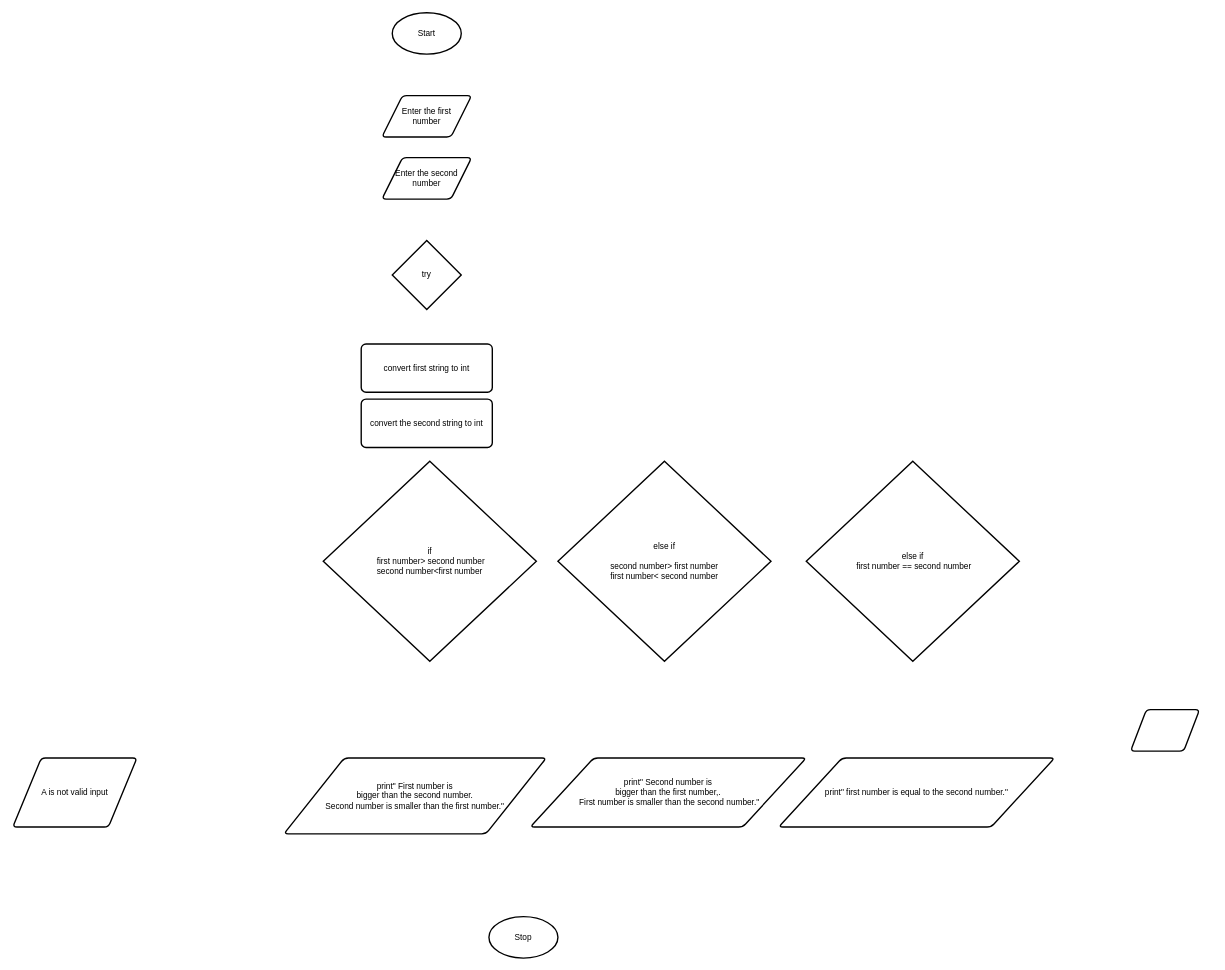
Earlier version of the draw.io diagram FlowChart.drawio (huihangisaac-ho/ICS3U-Assignment-4). Source tidied: cells renumbered, new cells numbered last; positions are measured from the earlier drawing's top-left corner, leaving out a move shared by most shapes. Both pictures are drawn from the tidied source at 69%, with x=0, y=0 at pixel (12, 12).
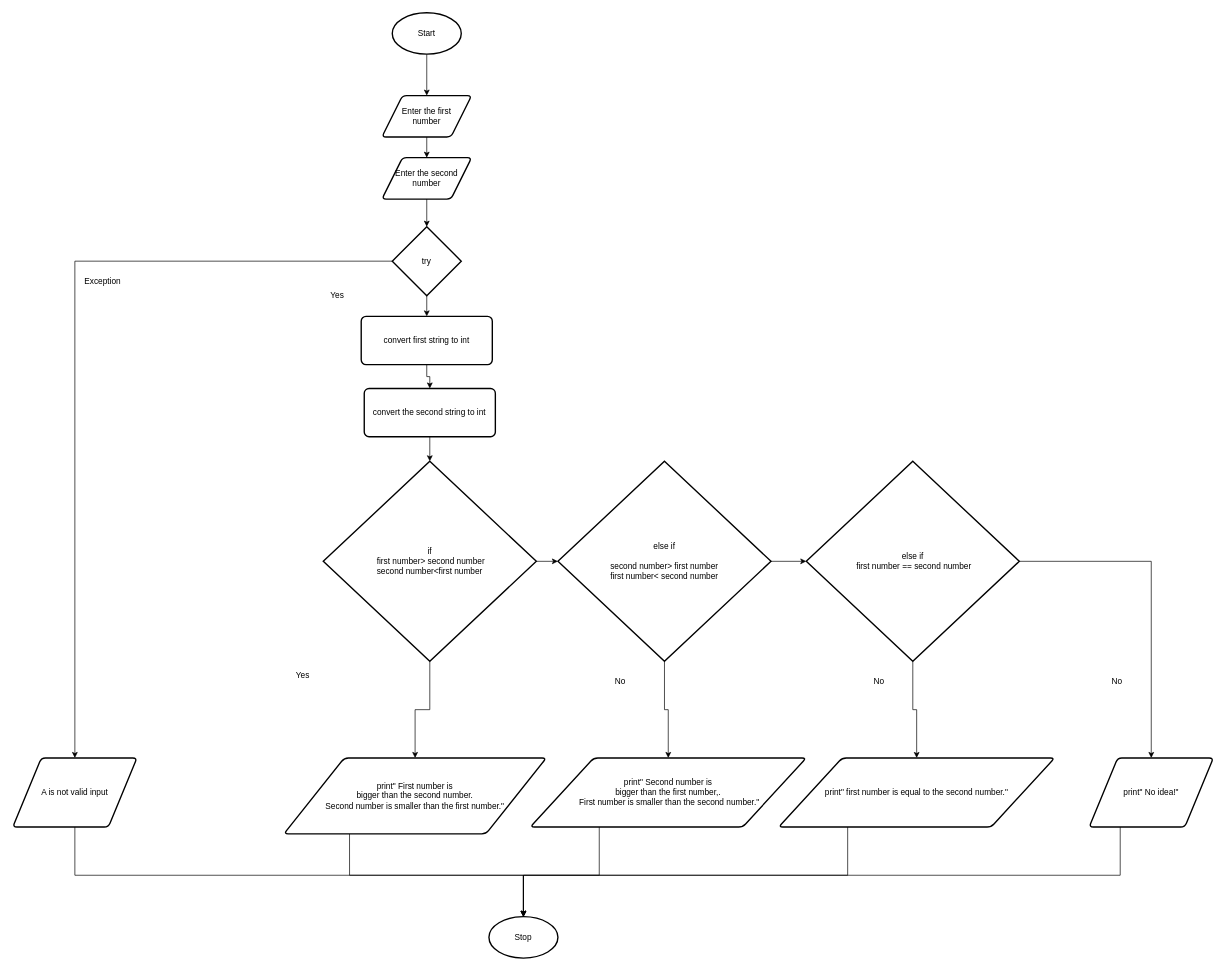
The same diagram, later.

Unchanged cells that the change refers to:
```xml
<mxCell id="2" value="Start" style="strokeWidth=2;html=1;shape=mxgraph.flowchart.start_1;whiteSpace=wrap;" parent="1" vertex="1">
  <mxGeometry x="550" width="100" height="60" as="geometry" />
</mxCell>
<mxCell id="3" value="Enter the first &lt;br&gt;number" style="shape=parallelogram;html=1;strokeWidth=2;perimeter=parallelogramPerimeter;whiteSpace=wrap;rounded=1;arcSize=12;size=0.23;" parent="1" vertex="1">
  <mxGeometry x="535" y="120" width="130" height="60" as="geometry" />
</mxCell>
<mxCell id="6" value="if &lt;br&gt;&amp;nbsp;first number&amp;gt; second number&lt;br&gt;second number&amp;lt;first number&lt;br&gt;" style="strokeWidth=2;html=1;shape=mxgraph.flowchart.decision;whiteSpace=wrap;" parent="1" vertex="1">
  <mxGeometry x="450" y="650" width="308.8" height="290" as="geometry" />
</mxCell>
<mxCell id="7" value="Enter the second&lt;br&gt;number" style="shape=parallelogram;html=1;strokeWidth=2;perimeter=parallelogramPerimeter;whiteSpace=wrap;rounded=1;arcSize=12;size=0.23;" parent="1" vertex="1">
  <mxGeometry x="535" y="210" width="130" height="60" as="geometry" />
</mxCell>
<mxCell id="8" value="print&quot; First number is &lt;br&gt;bigger than the second number. &lt;br&gt;Second number is smaller than the first number.&quot;" style="shape=parallelogram;html=1;strokeWidth=2;perimeter=parallelogramPerimeter;whiteSpace=wrap;rounded=1;arcSize=12;size=0.23;" parent="1" vertex="1">
  <mxGeometry x="393" y="1080" width="380.2" height="110" as="geometry" />
</mxCell>
<mxCell id="9" value="print&quot; Second number is &lt;br&gt;bigger than the first number,.&lt;br&gt;&amp;nbsp;First number is smaller than the second number.&quot;" style="shape=parallelogram;html=1;strokeWidth=2;perimeter=parallelogramPerimeter;whiteSpace=wrap;rounded=1;arcSize=12;size=0.23;" parent="1" vertex="1">
  <mxGeometry x="750" y="1080" width="400" height="100" as="geometry" />
</mxCell>
<mxCell id="10" value="A is not valid input" style="shape=parallelogram;html=1;strokeWidth=2;perimeter=parallelogramPerimeter;whiteSpace=wrap;rounded=1;arcSize=12;size=0.23;" parent="1" vertex="1">
  <mxGeometry y="1080" width="180" height="100" as="geometry" />
</mxCell>
<mxCell id="12" value="else if &lt;br&gt;&amp;nbsp;&lt;br&gt;second number&amp;gt; first number&lt;br&gt;first number&amp;lt; second number" style="strokeWidth=2;html=1;shape=mxgraph.flowchart.decision;whiteSpace=wrap;" parent="1" vertex="1">
  <mxGeometry x="790.1" y="650" width="308.8" height="290" as="geometry" />
</mxCell>
<mxCell id="13" value="else if &lt;br&gt;&amp;nbsp;first number == second number" style="strokeWidth=2;html=1;shape=mxgraph.flowchart.decision;whiteSpace=wrap;" parent="1" vertex="1">
  <mxGeometry x="1150" y="650" width="308.8" height="290" as="geometry" />
</mxCell>
<mxCell id="14" value="print&quot; first number is equal to the second number.&quot;" style="shape=parallelogram;html=1;strokeWidth=2;perimeter=parallelogramPerimeter;whiteSpace=wrap;rounded=1;arcSize=12;size=0.23;" parent="1" vertex="1">
  <mxGeometry x="1110" y="1080" width="400" height="100" as="geometry" />
</mxCell>
<mxCell id="16" value="Stop" style="strokeWidth=2;html=1;shape=mxgraph.flowchart.start_1;whiteSpace=wrap;" parent="1" vertex="1">
  <mxGeometry x="690.1" y="1310" width="100" height="60" as="geometry" />
</mxCell>
```

Change to the diagram source:
```diff
@@
+    <mxCell id="17" style="edgeStyle=orthogonalEdgeStyle;rounded=0;html=1;exitX=0.5;exitY=1;exitDx=0;exitDy=0;exitPerimeter=0;entryX=0.5;entryY=0;entryDx=0;entryDy=0;" parent="1" edge="1" source="2" target="3">
+      <mxGeometry relative="1" as="geometry" />
+    </mxCell>
@@
+    <mxCell id="18" style="edgeStyle=orthogonalEdgeStyle;rounded=0;html=1;exitX=0.5;exitY=1;exitDx=0;exitDy=0;entryX=0.5;entryY=0;entryDx=0;entryDy=0;" parent="1" edge="1" source="3" target="7">
+      <mxGeometry relative="1" as="geometry" />
+    </mxCell>
@@
+    <mxCell id="19" style="edgeStyle=orthogonalEdgeStyle;rounded=0;html=1;exitX=0.5;exitY=1;exitDx=0;exitDy=0;exitPerimeter=0;entryX=0.5;entryY=0;entryDx=0;entryDy=0;" parent="1" edge="1" source="4" target="5">
+      <mxGeometry relative="1" as="geometry" />
+    </mxCell>
+    <mxCell id="20" style="edgeStyle=orthogonalEdgeStyle;rounded=0;html=1;exitX=0;exitY=0.5;exitDx=0;exitDy=0;exitPerimeter=0;" parent="1" edge="1" source="4" target="10">
+      <mxGeometry relative="1" as="geometry" />
+    </mxCell>
     <mxCell id="4" value="try" style="strokeWidth=2;html=1;shape=mxgraph.flowchart.decision;whiteSpace=wrap;" parent="1" vertex="1">
-      <mxGeometry x="550" y="330" width="100" height="100" as="geometry" />
+      <mxGeometry x="550" y="310" width="100" height="100" as="geometry" />
     </mxCell>
+    <mxCell id="21" style="edgeStyle=orthogonalEdgeStyle;rounded=0;html=1;exitX=0.5;exitY=1;exitDx=0;exitDy=0;entryX=0.5;entryY=0;entryDx=0;entryDy=0;" parent="1" edge="1" source="5" target="11">
+      <mxGeometry relative="1" as="geometry" />
+    </mxCell>
     <mxCell id="5" value="convert first string to int" style="rounded=1;whiteSpace=wrap;html=1;absoluteArcSize=1;arcSize=14;strokeWidth=2;" parent="1" vertex="1">
-      <mxGeometry x="505" y="480" width="190" height="70" as="geometry" />
+      <mxGeometry x="505" y="440" width="190" height="70" as="geometry" />
     </mxCell>
+    <mxCell id="22" style="edgeStyle=orthogonalEdgeStyle;rounded=0;html=1;exitX=1;exitY=0.5;exitDx=0;exitDy=0;exitPerimeter=0;entryX=0;entryY=0.5;entryDx=0;entryDy=0;entryPerimeter=0;" parent="1" edge="1" source="6" target="12">
+      <mxGeometry relative="1" as="geometry" />
+    </mxCell>
+    <mxCell id="23" style="edgeStyle=orthogonalEdgeStyle;rounded=0;html=1;exitX=0.5;exitY=1;exitDx=0;exitDy=0;exitPerimeter=0;" parent="1" edge="1" source="6" target="8">
+      <mxGeometry relative="1" as="geometry" />
+    </mxCell>
@@
+    <mxCell id="24" style="edgeStyle=orthogonalEdgeStyle;rounded=0;html=1;exitX=0.5;exitY=1;exitDx=0;exitDy=0;" parent="1" edge="1" source="7" target="4">
+      <mxGeometry relative="1" as="geometry" />
+    </mxCell>
@@
+    <mxCell id="25" style="edgeStyle=orthogonalEdgeStyle;rounded=0;html=1;exitX=0.25;exitY=1;exitDx=0;exitDy=0;entryX=0.5;entryY=0;entryDx=0;entryDy=0;entryPerimeter=0;" parent="1" edge="1" source="8" target="16">
+      <mxGeometry relative="1" as="geometry" />
+    </mxCell>
@@
+    <mxCell id="26" style="edgeStyle=orthogonalEdgeStyle;rounded=0;html=1;exitX=0.25;exitY=1;exitDx=0;exitDy=0;entryX=0.5;entryY=0;entryDx=0;entryDy=0;entryPerimeter=0;" parent="1" edge="1" source="9" target="16">
+      <mxGeometry relative="1" as="geometry">
+        <Array as="points">
+          <mxPoint x="850" y="1250" />
+          <mxPoint x="740" y="1250" />
+        </Array>
+      </mxGeometry>
+    </mxCell>
@@
+    <mxCell id="27" style="edgeStyle=orthogonalEdgeStyle;rounded=0;html=1;exitX=0.5;exitY=1;exitDx=0;exitDy=0;entryX=0.5;entryY=0;entryDx=0;entryDy=0;entryPerimeter=0;" parent="1" edge="1" source="10" target="16">
+      <mxGeometry relative="1" as="geometry">
+        <Array as="points">
+          <mxPoint x="90" y="1250" />
+          <mxPoint x="740" y="1250" />
+        </Array>
+      </mxGeometry>
+    </mxCell>
@@
+    <mxCell id="28" style="edgeStyle=orthogonalEdgeStyle;rounded=0;html=1;exitX=0.5;exitY=1;exitDx=0;exitDy=0;" parent="1" edge="1" source="11" target="6">
+      <mxGeometry relative="1" as="geometry" />
+    </mxCell>
     <mxCell id="11" value="convert the second string to int" style="rounded=1;whiteSpace=wrap;html=1;absoluteArcSize=1;arcSize=14;strokeWidth=2;" parent="1" vertex="1">
-      <mxGeometry x="505" y="560" width="190" height="70" as="geometry" />
+      <mxGeometry x="509.4" y="544.5" width="190" height="70" as="geometry" />
     </mxCell>
+    <mxCell id="29" style="edgeStyle=orthogonalEdgeStyle;rounded=0;html=1;exitX=1;exitY=0.5;exitDx=0;exitDy=0;exitPerimeter=0;entryX=0;entryY=0.5;entryDx=0;entryDy=0;entryPerimeter=0;" parent="1" edge="1" source="12" target="13">
+      <mxGeometry relative="1" as="geometry" />
+    </mxCell>
+    <mxCell id="30" style="edgeStyle=orthogonalEdgeStyle;rounded=0;html=1;exitX=0.5;exitY=1;exitDx=0;exitDy=0;exitPerimeter=0;" parent="1" edge="1" source="12" target="9">
+      <mxGeometry relative="1" as="geometry" />
+    </mxCell>
@@
+    <mxCell id="31" style="edgeStyle=orthogonalEdgeStyle;rounded=0;html=1;exitX=1;exitY=0.5;exitDx=0;exitDy=0;exitPerimeter=0;" parent="1" edge="1" source="13" target="15">
+      <mxGeometry relative="1" as="geometry" />
+    </mxCell>
+    <mxCell id="32" style="edgeStyle=orthogonalEdgeStyle;rounded=0;html=1;exitX=0.5;exitY=1;exitDx=0;exitDy=0;exitPerimeter=0;" parent="1" edge="1" source="13" target="14">
+      <mxGeometry relative="1" as="geometry" />
+    </mxCell>
@@
+    <mxCell id="33" style="edgeStyle=orthogonalEdgeStyle;rounded=0;html=1;exitX=0.25;exitY=1;exitDx=0;exitDy=0;entryX=0.5;entryY=0;entryDx=0;entryDy=0;entryPerimeter=0;" parent="1" edge="1" source="14" target="16">
+      <mxGeometry relative="1" as="geometry">
+        <Array as="points">
+          <mxPoint x="1210" y="1250" />
+          <mxPoint x="740" y="1250" />
+        </Array>
+      </mxGeometry>
+    </mxCell>
@@
+    <mxCell id="34" style="edgeStyle=orthogonalEdgeStyle;rounded=0;html=1;exitX=0.25;exitY=1;exitDx=0;exitDy=0;entryX=0.5;entryY=0;entryDx=0;entryDy=0;entryPerimeter=0;" parent="1" edge="1" source="15" target="16">
+      <mxGeometry relative="1" as="geometry">
+        <Array as="points">
+          <mxPoint x="1605" y="1250" />
+          <mxPoint x="740" y="1250" />
+        </Array>
+      </mxGeometry>
+    </mxCell>
-    <mxCell id="15" style="shape=parallelogram;html=1;strokeWidth=2;perimeter=parallelogramPerimeter;whiteSpace=wrap;rounded=1;arcSize=12;size=0.23;" parent="1" vertex="1">
-      <mxGeometry x="1620" y="1010" width="100" height="60" as="geometry" />
+    <mxCell id="15" value="print&quot; No idea!&quot;" style="shape=parallelogram;html=1;strokeWidth=2;perimeter=parallelogramPerimeter;whiteSpace=wrap;rounded=1;arcSize=12;size=0.23;" parent="1" vertex="1">
+      <mxGeometry x="1560" y="1080" width="180" height="100" as="geometry" />
     </mxCell>
@@
+    <mxCell id="35" value="Exception" style="text;html=1;align=center;verticalAlign=middle;strokeColor=none;fillColor=none;" parent="1" vertex="1">
+      <mxGeometry x="95" y="380" width="70" height="20" as="geometry" />
+    </mxCell>
+    <mxCell id="36" value="Yes" style="text;html=1;align=center;verticalAlign=middle;strokeColor=none;fillColor=none;" parent="1" vertex="1">
+      <mxGeometry x="450" y="400" width="40" height="20" as="geometry" />
+    </mxCell>
+    <mxCell id="37" value="Yes" style="text;html=1;align=center;verticalAlign=middle;strokeColor=none;fillColor=none;" parent="1" vertex="1">
+      <mxGeometry x="400" y="950" width="40" height="20" as="geometry" />
+    </mxCell>
+    <mxCell id="38" value="No" style="text;html=1;align=center;verticalAlign=middle;strokeColor=none;fillColor=none;" parent="1" vertex="1">
+      <mxGeometry x="865" y="960" width="30" height="20" as="geometry" />
+    </mxCell>
+    <mxCell id="39" value="No" style="text;html=1;align=center;verticalAlign=middle;strokeColor=none;fillColor=none;" parent="1" vertex="1">
+      <mxGeometry x="1240" y="960" width="30" height="20" as="geometry" />
+    </mxCell>
+    <mxCell id="40" value="No" style="text;html=1;align=center;verticalAlign=middle;strokeColor=none;fillColor=none;" parent="1" vertex="1">
+      <mxGeometry x="1585" y="960" width="30" height="20" as="geometry" />
+    </mxCell>
```
